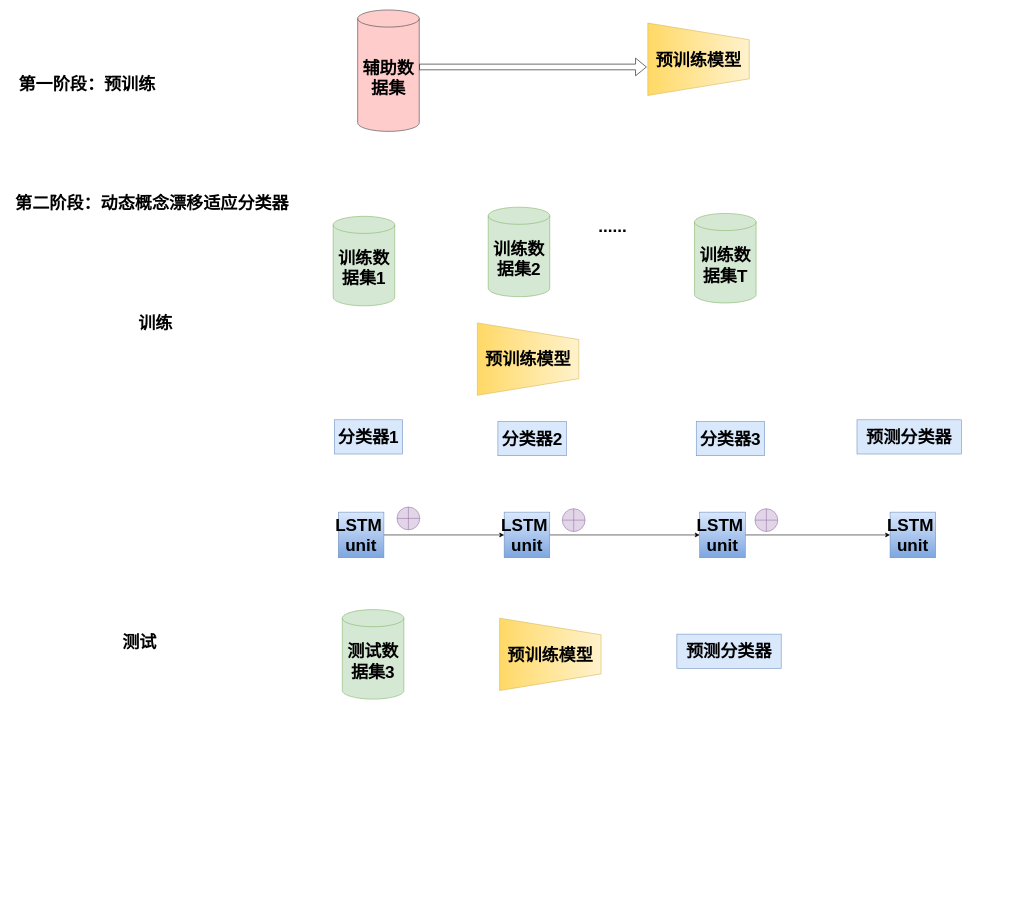
Before: 总体框架图.drawio in lilang0710/ll, a draw.io diagram. Source tidied: cells renumbered, new cells numbered last; positions are measured from the earlier drawing's top-left corner, leaving out a move shared by most shapes. Both pictures are drawn from the tidied source at 57%, with x=0, y=0 at pixel (10, 10).
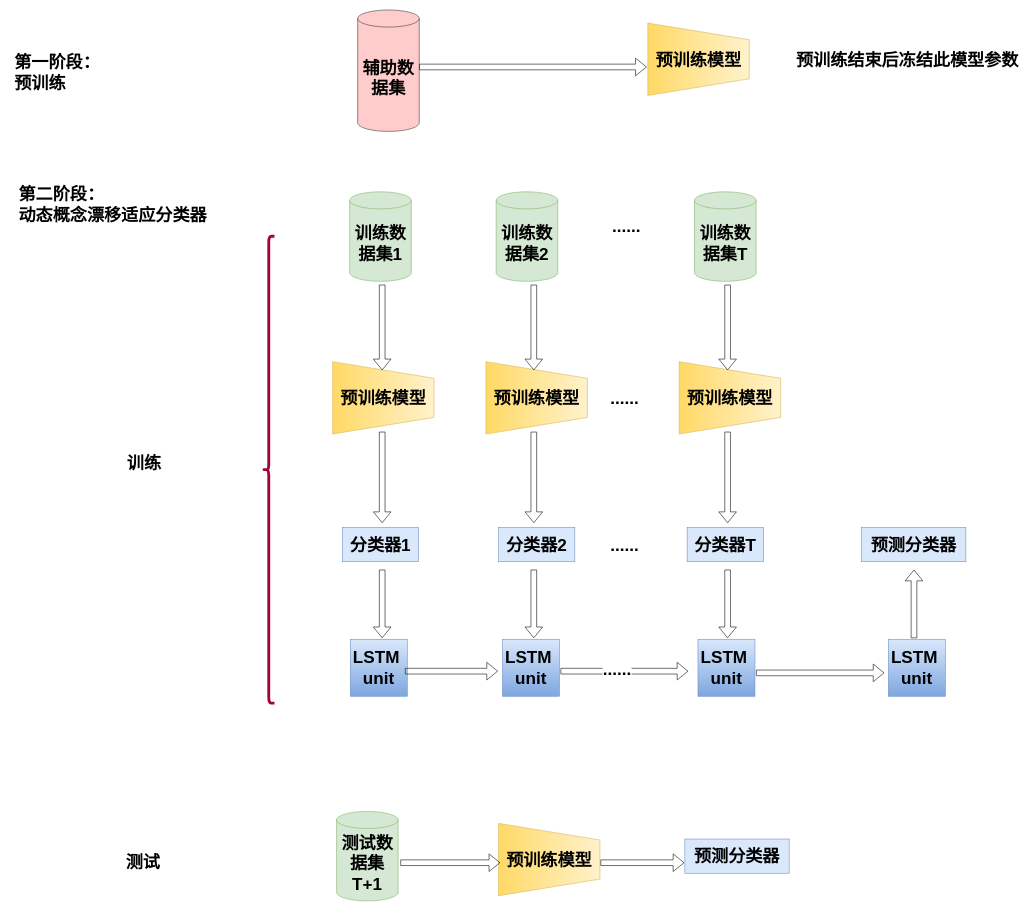
Above is the later version.

Commit message (it also covers changes not shown here):
更新总体框架图.drawio

The edit, as a diff of the source:
```diff
@@
-    <mxCell id="2" value="&lt;font style=&quot;font-size: 22px;&quot;&gt;&lt;span style=&quot;font-size: 20px;&quot;&gt;&lt;font style=&quot;font-size: 30px;&quot;&gt;&lt;b&gt;第一阶段：预训练&lt;br&gt;&lt;/b&gt;&lt;/font&gt;&lt;/span&gt;&lt;/font&gt;" style="text;html=1;align=center;verticalAlign=middle;strokeColor=none;fillColor=none;" parent="1" vertex="1">
-      <mxGeometry x="6" y="106" width="258" height="48" as="geometry" />
+    <mxCell id="2" value="&lt;div align=&quot;left&quot;&gt;&lt;font style=&quot;font-size: 22px;&quot;&gt;&lt;span style=&quot;font-size: 20px;&quot;&gt;&lt;font style=&quot;font-size: 30px;&quot;&gt;&lt;b&gt;第一阶段：&lt;/b&gt;&lt;/font&gt;&lt;/span&gt;&lt;/font&gt;&lt;br&gt;&lt;font style=&quot;font-size: 22px;&quot;&gt;&lt;span style=&quot;font-size: 20px;&quot;&gt;&lt;font style=&quot;font-size: 30px;&quot;&gt;&lt;b&gt;预训练&lt;/b&gt;&lt;/font&gt;&lt;/span&gt;&lt;/font&gt;&lt;br&gt;&lt;font style=&quot;font-size: 22px;&quot;&gt;&lt;span style=&quot;font-size: 20px;&quot;&gt;&lt;/span&gt;&lt;/font&gt;&lt;br&gt;&lt;font style=&quot;font-size: 22px;&quot;&gt;&lt;span style=&quot;font-size: 20px;&quot;&gt;&lt;/span&gt;&lt;/font&gt;&lt;/div&gt;&lt;div align=&quot;left&quot;&gt;&lt;br&gt;&lt;/div&gt;" style="text;html=1;align=left;verticalAlign=middle;strokeColor=none;fillColor=none;" parent="1" vertex="1">
+      <mxGeometry x="6" y="68" width="168" height="126" as="geometry" />
     </mxCell>
-    <mxCell id="3" value="&lt;font style=&quot;font-size: 23px;&quot;&gt;&lt;b style=&quot;font-size: 30px;&quot;&gt;&lt;font style=&quot;font-size: 30px;&quot;&gt;第二阶段：动态概念漂移适应分类器&lt;br&gt;&lt;/font&gt;&lt;/b&gt;&lt;/font&gt;" style="text;html=1;align=center;verticalAlign=middle;strokeColor=none;fillColor=none;" parent="1" vertex="1">
-      <mxGeometry y="314" width="498" height="48" as="geometry" />
+    <mxCell id="3" value="&lt;div align=&quot;left&quot;&gt;&lt;font style=&quot;font-size: 23px;&quot;&gt;&lt;b style=&quot;font-size: 30px;&quot;&gt;&lt;font style=&quot;font-size: 30px;&quot;&gt;第二阶段：&lt;/font&gt;&lt;/b&gt;&lt;/font&gt;&lt;br&gt;&lt;font style=&quot;font-size: 23px;&quot;&gt;&lt;b style=&quot;font-size: 30px;&quot;&gt;&lt;font style=&quot;font-size: 30px;&quot;&gt;动态概念漂移适应分类器&lt;/font&gt;&lt;/b&gt;&lt;/font&gt;&lt;br&gt;&lt;/div&gt;" style="text;html=1;align=center;verticalAlign=middle;strokeColor=none;fillColor=none;" parent="1" vertex="1">
+      <mxGeometry x="6" y="299" width="348" height="84" as="geometry" />
     </mxCell>
@@
     <mxCell id="7" value="&lt;font size=&quot;1&quot;&gt;&lt;b style=&quot;font-size: 30px;&quot;&gt;训练数据集1&lt;/b&gt;&lt;/font&gt;" style="shape=cylinder3;whiteSpace=wrap;html=1;boundedLbl=1;backgroundOutline=1;size=15;fillColor=#d5e8d4;strokeColor=#82b366;" parent="1" vertex="1">
-      <mxGeometry x="567" y="362" width="108" height="157" as="geometry" />
+      <mxGeometry x="596" y="319" width="108" height="157" as="geometry" />
     </mxCell>
     <mxCell id="8" value="&lt;font size=&quot;1&quot;&gt;&lt;b style=&quot;font-size: 30px;&quot;&gt;训练&lt;/b&gt;&lt;/font&gt;" style="text;html=1;align=center;verticalAlign=middle;strokeColor=none;fillColor=none;" parent="1" vertex="1">
-      <mxGeometry x="216" y="525" width="78" height="48" as="geometry" />
+      <mxGeometry x="196" y="771" width="78" height="48" as="geometry" />
     </mxCell>
     <mxCell id="9" value="&lt;font size=&quot;1&quot;&gt;&lt;b style=&quot;font-size: 30px;&quot;&gt;测试&lt;/b&gt;&lt;/font&gt;" style="text;html=1;align=center;verticalAlign=middle;strokeColor=none;fillColor=none;" parent="1" vertex="1">
-      <mxGeometry x="188" y="1085" width="78" height="48" as="geometry" />
+      <mxGeometry x="194" y="1471" width="78" height="48" as="geometry" />
     </mxCell>
     <mxCell id="10" value="&lt;font size=&quot;1&quot;&gt;&lt;b style=&quot;font-size: 30px;&quot;&gt;训练数据集2&lt;/b&gt;&lt;/font&gt;" style="shape=cylinder3;whiteSpace=wrap;html=1;boundedLbl=1;backgroundOutline=1;size=15;fillColor=#d5e8d4;strokeColor=#82b366;" parent="1" vertex="1">
-      <mxGeometry x="839" y="346" width="108" height="157" as="geometry" />
+      <mxGeometry x="853" y="319" width="108" height="157" as="geometry" />
     </mxCell>
     <mxCell id="11" value="&lt;font size=&quot;1&quot;&gt;&lt;b style=&quot;font-size: 30px;&quot;&gt;训练数据集T&lt;/b&gt;&lt;/font&gt;" style="shape=cylinder3;whiteSpace=wrap;html=1;boundedLbl=1;backgroundOutline=1;size=15;fillColor=#d5e8d4;strokeColor=#82b366;" parent="1" vertex="1">
-      <mxGeometry x="1201" y="357" width="108" height="157" as="geometry" />
+      <mxGeometry x="1201" y="319" width="108" height="157" as="geometry" />
     </mxCell>
     <mxCell id="12" value="&lt;font size=&quot;1&quot;&gt;&lt;b style=&quot;font-size: 30px;&quot;&gt;分类器1&lt;/b&gt;&lt;/font&gt;" style="rounded=0;whiteSpace=wrap;html=1;fillColor=#dae8fc;strokeColor=#6c8ebf;" parent="1" vertex="1">
-      <mxGeometry x="569" y="719" width="120" height="60" as="geometry" />
+      <mxGeometry x="583" y="908" width="134" height="60" as="geometry" />
     </mxCell>
     <mxCell id="13" value="&lt;font size=&quot;1&quot;&gt;&lt;b style=&quot;font-size: 30px;&quot;&gt;分类器2&lt;/b&gt;&lt;/font&gt;" style="rounded=0;whiteSpace=wrap;html=1;fillColor=#dae8fc;strokeColor=#6c8ebf;" parent="1" vertex="1">
-      <mxGeometry x="856" y="722" width="120" height="60" as="geometry" />
+      <mxGeometry x="857" y="908" width="134" height="60" as="geometry" />
     </mxCell>
-    <mxCell id="14" value="&lt;font size=&quot;1&quot;&gt;&lt;b style=&quot;font-size: 30px;&quot;&gt;分类器3&lt;/b&gt;&lt;/font&gt;" style="rounded=0;whiteSpace=wrap;html=1;fillColor=#dae8fc;strokeColor=#6c8ebf;" parent="1" vertex="1">
-      <mxGeometry x="1204" y="722" width="120" height="60" as="geometry" />
+    <mxCell id="14" value="&lt;font size=&quot;1&quot;&gt;&lt;b style=&quot;font-size: 30px;&quot;&gt;分类器T&lt;/b&gt;&lt;/font&gt;" style="rounded=0;whiteSpace=wrap;html=1;fillColor=#dae8fc;strokeColor=#6c8ebf;" parent="1" vertex="1">
+      <mxGeometry x="1188" y="908" width="134" height="60" as="geometry" />
     </mxCell>
-    <mxCell id="15" value="&lt;font style=&quot;font-size: 30px;&quot;&gt;&lt;b&gt;测试数据集3&lt;/b&gt;&lt;/font&gt;" style="shape=cylinder3;whiteSpace=wrap;html=1;boundedLbl=1;backgroundOutline=1;size=15;fillColor=#d5e8d4;strokeColor=#82b366;" parent="1" vertex="1">
-      <mxGeometry x="583" y="1052" width="108" height="157" as="geometry" />
+    <mxCell id="15" value="&lt;font style=&quot;font-size: 30px;&quot;&gt;&lt;b&gt;测试数据集T+1&lt;/b&gt;&lt;/font&gt;" style="shape=cylinder3;whiteSpace=wrap;html=1;boundedLbl=1;backgroundOutline=1;size=15;fillColor=#d5e8d4;strokeColor=#82b366;" parent="1" vertex="1">
+      <mxGeometry x="573" y="1406" width="108" height="157" as="geometry" />
     </mxCell>
     <mxCell id="16" value="&lt;font size=&quot;1&quot;&gt;&lt;b style=&quot;font-size: 30px;&quot;&gt;预训练模型&lt;/b&gt;&lt;/font&gt;" style="verticalLabelPosition=middle;verticalAlign=middle;html=1;shape=trapezoid;perimeter=trapezoidPerimeter;whiteSpace=wrap;size=0.23;arcSize=10;flipV=1;labelPosition=center;align=center;direction=south;fillColor=#fff2cc;gradientColor=#ffd966;strokeColor=#d6b656;" parent="1" vertex="1">
-      <mxGeometry x="820" y="549" width="178" height="127" as="geometry" />
+      <mxGeometry x="566" y="617" width="178" height="127" as="geometry" />
     </mxCell>
     <mxCell id="17" value="&lt;font style=&quot;font-size: 30px;&quot;&gt;&lt;b&gt;...&lt;font style=&quot;font-size: 30px;&quot;&gt;...&lt;/font&gt;&lt;/b&gt;&lt;/font&gt;" style="text;html=1;align=center;verticalAlign=middle;strokeColor=none;fillColor=none;fontSize=18;" parent="1" vertex="1">
-      <mxGeometry x="1023" y="355" width="68" height="48" as="geometry" />
+      <mxGeometry x="1047" y="355" width="68" height="48" as="geometry" />
     </mxCell>
@@
-    <mxCell id="19" style="edgeStyle=orthogonalEdgeStyle;rounded=0;jettySize=auto;html=1;exitX=1;exitY=0.5;exitDx=0;exitDy=0;entryX=0;entryY=0.5;entryDx=0;entryDy=0;fontSize=18;fontStyle=1;" parent="1" edge="1" source="20" target="24">
-      <mxGeometry relative="1" as="geometry" />
-    </mxCell>
     <mxCell id="20" value="&lt;div style=&quot;font-size: 30px;&quot;&gt;&lt;font style=&quot;font-size: 30px;&quot;&gt;&lt;b&gt;&lt;font style=&quot;font-size: 30px;&quot;&gt;LSTM&amp;nbsp;&lt;/font&gt;&lt;/b&gt;&lt;/font&gt;&lt;/div&gt;&lt;div style=&quot;font-size: 30px;&quot;&gt;&lt;font style=&quot;font-size: 30px;&quot;&gt;&lt;b&gt;&lt;font style=&quot;font-size: 30px;&quot;&gt;unit &lt;br&gt;&lt;/font&gt;&lt;/b&gt;&lt;/font&gt;&lt;/div&gt;" style="whiteSpace=wrap;html=1;fillColor=#dae8fc;strokeColor=#6c8ebf;gradientColor=#7ea6e0;" parent="1" vertex="1">
-      <mxGeometry x="867" y="881" width="80" height="80" as="geometry" />
+      <mxGeometry x="864" y="1104" width="100" height="100" as="geometry" />
     </mxCell>
-    <mxCell id="21" style="rounded=0;jettySize=auto;html=1;endArrow=none;endFill=0;exitX=0;exitY=0.5;exitDx=0;exitDy=0;entryX=1;entryY=0.5;entryDx=0;entryDy=0;startArrow=classic;startFill=1;" parent="1" edge="1" source="20" target="22">
-      <mxGeometry relative="1" as="geometry" />
-    </mxCell>
-    <mxCell id="22" value="&lt;div style=&quot;font-size: 30px;&quot;&gt;&lt;font style=&quot;font-size: 30px;&quot;&gt;&lt;b&gt;&lt;font style=&quot;font-size: 30px;&quot;&gt;LSTM&amp;nbsp;&lt;/font&gt;&lt;/b&gt;&lt;/font&gt;&lt;/div&gt;&lt;div style=&quot;font-size: 30px;&quot;&gt;&lt;font style=&quot;font-size: 30px;&quot;&gt;&lt;b&gt;&lt;font style=&quot;font-size: 30px;&quot;&gt;unit &lt;br&gt;&lt;/font&gt;&lt;/b&gt;&lt;/font&gt;&lt;/div&gt;" style="whiteSpace=wrap;html=1;fillColor=#dae8fc;strokeColor=#6c8ebf;gradientColor=#7ea6e0;" parent="1" vertex="1">
-      <mxGeometry x="576" y="881" width="80" height="80" as="geometry" />
+    <mxCell id="22" value="&lt;div align=&quot;center&quot; style=&quot;font-size: 30px;&quot;&gt;&lt;font style=&quot;font-size: 30px;&quot;&gt;&lt;b&gt;&lt;font style=&quot;font-size: 30px;&quot;&gt;LSTM&amp;nbsp;&lt;/font&gt;&lt;/b&gt;&lt;/font&gt;&lt;/div&gt;&lt;div align=&quot;center&quot; style=&quot;font-size: 30px;&quot;&gt;&lt;font style=&quot;font-size: 30px;&quot;&gt;&lt;b&gt;&lt;font style=&quot;font-size: 30px;&quot;&gt;unit &lt;br&gt;&lt;/font&gt;&lt;/b&gt;&lt;/font&gt;&lt;/div&gt;" style="whiteSpace=wrap;html=1;fillColor=#dae8fc;strokeColor=#6c8ebf;gradientColor=#7ea6e0;align=center;" parent="1" vertex="1">
+      <mxGeometry x="597" y="1104" width="100" height="100" as="geometry" />
     </mxCell>
-    <mxCell id="23" style="edgeStyle=orthogonalEdgeStyle;rounded=0;jettySize=auto;html=1;exitX=1;exitY=0.5;exitDx=0;exitDy=0;" parent="1" edge="1" source="24" target="25">
-      <mxGeometry relative="1" as="geometry" />
-    </mxCell>
     <mxCell id="24" value="&lt;div style=&quot;font-size: 30px;&quot;&gt;&lt;font style=&quot;font-size: 30px;&quot;&gt;&lt;b&gt;&lt;font style=&quot;font-size: 30px;&quot;&gt;LSTM&amp;nbsp;&lt;/font&gt;&lt;/b&gt;&lt;/font&gt;&lt;/div&gt;&lt;div style=&quot;font-size: 30px;&quot;&gt;&lt;font style=&quot;font-size: 30px;&quot;&gt;&lt;b&gt;&lt;font style=&quot;font-size: 30px;&quot;&gt;unit &lt;br&gt;&lt;/font&gt;&lt;/b&gt;&lt;/font&gt;&lt;/div&gt;" style="whiteSpace=wrap;html=1;fillColor=#dae8fc;strokeColor=#6c8ebf;gradientColor=#7ea6e0;" parent="1" vertex="1">
-      <mxGeometry x="1210" y="881" width="80" height="80" as="geometry" />
+      <mxGeometry x="1207" y="1104" width="100" height="100" as="geometry" />
     </mxCell>
     <mxCell id="25" value="&lt;div style=&quot;font-size: 30px;&quot;&gt;&lt;font style=&quot;font-size: 30px;&quot;&gt;&lt;b&gt;&lt;font style=&quot;font-size: 30px;&quot;&gt;LSTM&amp;nbsp;&lt;/font&gt;&lt;/b&gt;&lt;/font&gt;&lt;/div&gt;&lt;div style=&quot;font-size: 30px;&quot;&gt;&lt;font style=&quot;font-size: 30px;&quot;&gt;&lt;b&gt;&lt;font style=&quot;font-size: 30px;&quot;&gt;unit &lt;br&gt;&lt;/font&gt;&lt;/b&gt;&lt;/font&gt;&lt;/div&gt;" style="whiteSpace=wrap;html=1;fillColor=#dae8fc;strokeColor=#6c8ebf;gradientColor=#7ea6e0;" parent="1" vertex="1">
-      <mxGeometry x="1544" y="881" width="80" height="80" as="geometry" />
+      <mxGeometry x="1541" y="1104" width="100" height="100" as="geometry" />
     </mxCell>
-    <mxCell id="26" style="shape=orEllipse;perimeter=ellipsePerimeter;whiteSpace=wrap;html=1;backgroundOutline=1;fillColor=#e1d5e7;strokeColor=#9673a6;" parent="1" vertex="1">
-      <mxGeometry x="679" y="872" width="40" height="40" as="geometry" />
-    </mxCell>
-    <mxCell id="27" style="shape=orEllipse;perimeter=ellipsePerimeter;whiteSpace=wrap;html=1;backgroundOutline=1;fillColor=#e1d5e7;strokeColor=#9673a6;" parent="1" vertex="1">
-      <mxGeometry x="969" y="875" width="40" height="40" as="geometry" />
-    </mxCell>
-    <mxCell id="28" style="shape=orEllipse;perimeter=ellipsePerimeter;whiteSpace=wrap;html=1;backgroundOutline=1;fillColor=#e1d5e7;strokeColor=#9673a6;" parent="1" vertex="1">
-      <mxGeometry x="1307" y="875" width="40" height="40" as="geometry" />
-    </mxCell>
     <mxCell id="29" value="&lt;b&gt;&lt;font style=&quot;font-size: 30px;&quot;&gt;预测分类器&lt;/font&gt;&lt;/b&gt;" style="rounded=0;whiteSpace=wrap;html=1;fillColor=#dae8fc;strokeColor=#6c8ebf;" parent="1" vertex="1">
-      <mxGeometry x="1486" y="719" width="183" height="60" as="geometry" />
+      <mxGeometry x="1494" y="908" width="183" height="60" as="geometry" />
     </mxCell>
     <mxCell id="30" value="&lt;font size=&quot;1&quot;&gt;&lt;b style=&quot;font-size: 30px;&quot;&gt;预训练模型&lt;/b&gt;&lt;/font&gt;" style="verticalLabelPosition=middle;verticalAlign=middle;html=1;shape=trapezoid;perimeter=trapezoidPerimeter;whiteSpace=wrap;size=0.23;arcSize=10;flipV=1;labelPosition=center;align=center;direction=south;fillColor=#fff2cc;gradientColor=#ffd966;strokeColor=#d6b656;" parent="1" vertex="1">
-      <mxGeometry x="859" y="1067" width="178" height="127" as="geometry" />
+      <mxGeometry x="857" y="1427" width="178" height="127" as="geometry" />
     </mxCell>
     <mxCell id="31" value="&lt;b&gt;&lt;font style=&quot;font-size: 30px;&quot;&gt;预测分类器&lt;/font&gt;&lt;/b&gt;" style="rounded=0;whiteSpace=wrap;html=1;fillColor=#dae8fc;strokeColor=#6c8ebf;" parent="1" vertex="1">
-      <mxGeometry x="1170" y="1095" width="183" height="60" as="geometry" />
+      <mxGeometry x="1184" y="1454.5" width="183" height="60" as="geometry" />
     </mxCell>
+    <mxCell id="32" value="&lt;font style=&quot;font-size: 30px;&quot;&gt;&lt;b&gt;预训练结束后冻结此模型参数&lt;/b&gt;&lt;/font&gt;" style="text;html=1;align=center;verticalAlign=middle;strokeColor=none;fillColor=none;" parent="1" vertex="1">
+      <mxGeometry x="1370" y="62.5" width="408" height="48" as="geometry" />
+    </mxCell>
+    <mxCell id="33" value="&lt;font size=&quot;1&quot;&gt;&lt;b style=&quot;font-size: 30px;&quot;&gt;预训练模型&lt;/b&gt;&lt;/font&gt;" style="verticalLabelPosition=middle;verticalAlign=middle;html=1;shape=trapezoid;perimeter=trapezoidPerimeter;whiteSpace=wrap;size=0.23;arcSize=10;flipV=1;labelPosition=center;align=center;direction=south;fillColor=#fff2cc;gradientColor=#ffd966;strokeColor=#d6b656;" parent="1" vertex="1">
+      <mxGeometry x="835" y="617" width="178" height="127" as="geometry" />
+    </mxCell>
+    <mxCell id="34" value="&lt;font size=&quot;1&quot;&gt;&lt;b style=&quot;font-size: 30px;&quot;&gt;预训练模型&lt;/b&gt;&lt;/font&gt;" style="verticalLabelPosition=middle;verticalAlign=middle;html=1;shape=trapezoid;perimeter=trapezoidPerimeter;whiteSpace=wrap;size=0.23;arcSize=10;flipV=1;labelPosition=center;align=center;direction=south;fillColor=#fff2cc;gradientColor=#ffd966;strokeColor=#d6b656;" parent="1" vertex="1">
+      <mxGeometry x="1174" y="617" width="178" height="127" as="geometry" />
+    </mxCell>
+    <mxCell id="35" style="shape=flexArrow;endArrow=classic;html=1;rounded=0;" parent="1" edge="1">
+      <mxGeometry relative="1" as="geometry">
+        <mxPoint x="685" y="1496" as="sourcePoint" />
+        <mxPoint x="860" y="1496" as="targetPoint" />
+      </mxGeometry>
+    </mxCell>
+    <mxCell id="36" style="shape=flexArrow;endArrow=classic;html=1;rounded=0;" parent="1" edge="1">
+      <mxGeometry relative="1" as="geometry">
+        <mxPoint x="1036" y="1496" as="sourcePoint" />
+        <mxPoint x="1183" y="1496" as="targetPoint" />
+      </mxGeometry>
+    </mxCell>
+    <mxCell id="37" value="&lt;font style=&quot;font-size: 30px;&quot;&gt;&lt;b&gt;...&lt;font style=&quot;font-size: 30px;&quot;&gt;...&lt;/font&gt;&lt;/b&gt;&lt;/font&gt;" style="text;html=1;align=center;verticalAlign=middle;strokeColor=none;fillColor=none;fontSize=18;" parent="1" vertex="1">
+      <mxGeometry x="1044" y="656.5" width="68" height="48" as="geometry" />
+    </mxCell>
+    <mxCell id="38" value="&lt;font style=&quot;font-size: 30px;&quot;&gt;&lt;b&gt;...&lt;font style=&quot;font-size: 30px;&quot;&gt;...&lt;/font&gt;&lt;/b&gt;&lt;/font&gt;" style="text;html=1;align=center;verticalAlign=middle;strokeColor=none;fillColor=none;fontSize=18;" parent="1" vertex="1">
+      <mxGeometry x="1044" y="914" width="68" height="48" as="geometry" />
+    </mxCell>
+    <mxCell id="39" style="shape=flexArrow;endArrow=classic;html=1;rounded=0;" parent="1" edge="1">
+      <mxGeometry relative="1" as="geometry">
+        <mxPoint x="693" y="1160" as="sourcePoint" />
+        <mxPoint x="856" y="1160" as="targetPoint" />
+      </mxGeometry>
+    </mxCell>
+    <mxCell id="40" style="shape=flexArrow;endArrow=classic;html=1;rounded=0;" parent="1" edge="1">
+      <mxGeometry relative="1" as="geometry">
+        <mxPoint x="966" y="1160" as="sourcePoint" />
+        <mxPoint x="1190" y="1160" as="targetPoint" />
+      </mxGeometry>
+    </mxCell>
+    <mxCell id="41" value="&lt;font style=&quot;font-size: 30px;&quot;&gt;&lt;b&gt;...&lt;font style=&quot;font-size: 30px;&quot;&gt;...&lt;/font&gt;&lt;/b&gt;&lt;/font&gt;" style="edgeLabel;html=1;align=center;verticalAlign=middle;" parent="40" vertex="1">
+      <mxGeometry x="-0.12" y="5" relative="1" as="geometry">
+        <mxPoint x="-1" as="offset" />
+      </mxGeometry>
+    </mxCell>
+    <mxCell id="42" style="shape=flexArrow;endArrow=classic;html=1;rounded=0;" parent="1" edge="1">
+      <mxGeometry relative="1" as="geometry">
+        <mxPoint x="1309" y="1163" as="sourcePoint" />
+        <mxPoint x="1534" y="1163" as="targetPoint" />
+      </mxGeometry>
+    </mxCell>
+    <mxCell id="43" style="shape=flexArrow;endArrow=classic;html=1;rounded=0;" parent="1" edge="1">
+      <mxGeometry relative="1" as="geometry">
+        <mxPoint x="653" y="482" as="sourcePoint" />
+        <mxPoint x="653" y="632" as="targetPoint" />
+      </mxGeometry>
+    </mxCell>
+    <mxCell id="44" style="shape=flexArrow;endArrow=classic;html=1;rounded=0;" parent="1" edge="1">
+      <mxGeometry relative="1" as="geometry">
+        <mxPoint x="919" y="482" as="sourcePoint" />
+        <mxPoint x="919" y="632" as="targetPoint" />
+      </mxGeometry>
+    </mxCell>
+    <mxCell id="45" style="shape=flexArrow;endArrow=classic;html=1;rounded=0;" parent="1" edge="1">
+      <mxGeometry relative="1" as="geometry">
+        <mxPoint x="1259" y="482" as="sourcePoint" />
+        <mxPoint x="1259" y="632" as="targetPoint" />
+      </mxGeometry>
+    </mxCell>
+    <mxCell id="46" style="shape=flexArrow;endArrow=classic;html=1;rounded=0;" parent="1" edge="1">
+      <mxGeometry relative="1" as="geometry">
+        <mxPoint x="653" y="740" as="sourcePoint" />
+        <mxPoint x="653" y="900" as="targetPoint" />
+      </mxGeometry>
+    </mxCell>
+    <mxCell id="47" style="shape=flexArrow;endArrow=classic;html=1;rounded=0;" parent="1" edge="1">
+      <mxGeometry relative="1" as="geometry">
+        <mxPoint x="919" y="740" as="sourcePoint" />
+        <mxPoint x="919" y="900" as="targetPoint" />
+      </mxGeometry>
+    </mxCell>
+    <mxCell id="48" style="shape=flexArrow;endArrow=classic;html=1;rounded=0;" parent="1" edge="1">
+      <mxGeometry relative="1" as="geometry">
+        <mxPoint x="1259" y="740" as="sourcePoint" />
+        <mxPoint x="1259" y="900" as="targetPoint" />
+      </mxGeometry>
+    </mxCell>
+    <mxCell id="49" style="shape=flexArrow;endArrow=classic;html=1;rounded=0;" parent="1" edge="1">
+      <mxGeometry relative="1" as="geometry">
+        <mxPoint x="653" y="982" as="sourcePoint" />
+        <mxPoint x="653" y="1102" as="targetPoint" />
+      </mxGeometry>
+    </mxCell>
+    <mxCell id="50" style="shape=flexArrow;endArrow=classic;html=1;rounded=0;" parent="1" edge="1">
+      <mxGeometry relative="1" as="geometry">
+        <mxPoint x="919" y="982" as="sourcePoint" />
+        <mxPoint x="919" y="1102" as="targetPoint" />
+      </mxGeometry>
+    </mxCell>
+    <mxCell id="51" style="shape=flexArrow;endArrow=classic;html=1;rounded=0;" parent="1" edge="1">
+      <mxGeometry relative="1" as="geometry">
+        <mxPoint x="1259" y="982" as="sourcePoint" />
+        <mxPoint x="1259" y="1102" as="targetPoint" />
+      </mxGeometry>
+    </mxCell>
+    <mxCell id="52" style="shape=flexArrow;endArrow=classic;html=1;rounded=0;" parent="1" edge="1">
+      <mxGeometry relative="1" as="geometry">
+        <mxPoint x="1586" y="1102" as="sourcePoint" />
+        <mxPoint x="1586" y="982" as="targetPoint" />
+      </mxGeometry>
+    </mxCell>
+    <mxCell id="53" style="shape=curlyBracket;whiteSpace=wrap;html=1;rounded=1;flipH=1;labelPosition=right;verticalLabelPosition=middle;align=left;verticalAlign=middle;direction=west;strokeWidth=5;fillColor=#d80073;fontColor=#ffffff;strokeColor=#A50040;" parent="1" vertex="1">
+      <mxGeometry x="444" y="397" width="20" height="819" as="geometry" />
+    </mxCell>
```
